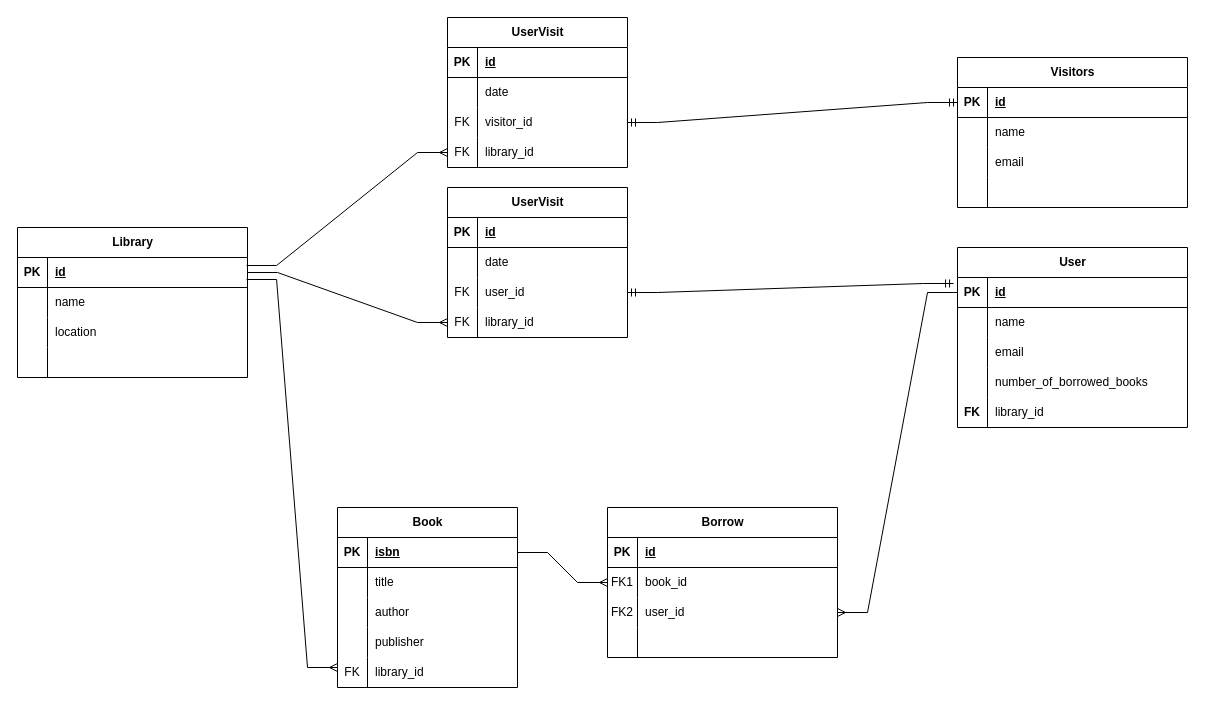
The draw.io diagram drawio Diagrams/Library.drawio in boolean-uk/java-data-modelling, before the edit. Source tidied: cells renumbered, new cells numbered last; positions are measured from the earlier drawing's top-left corner, leaving out a move shared by most shapes. Both pictures are drawn from the tidied source at 100%, with x=0, y=0 at pixel (17, 17).
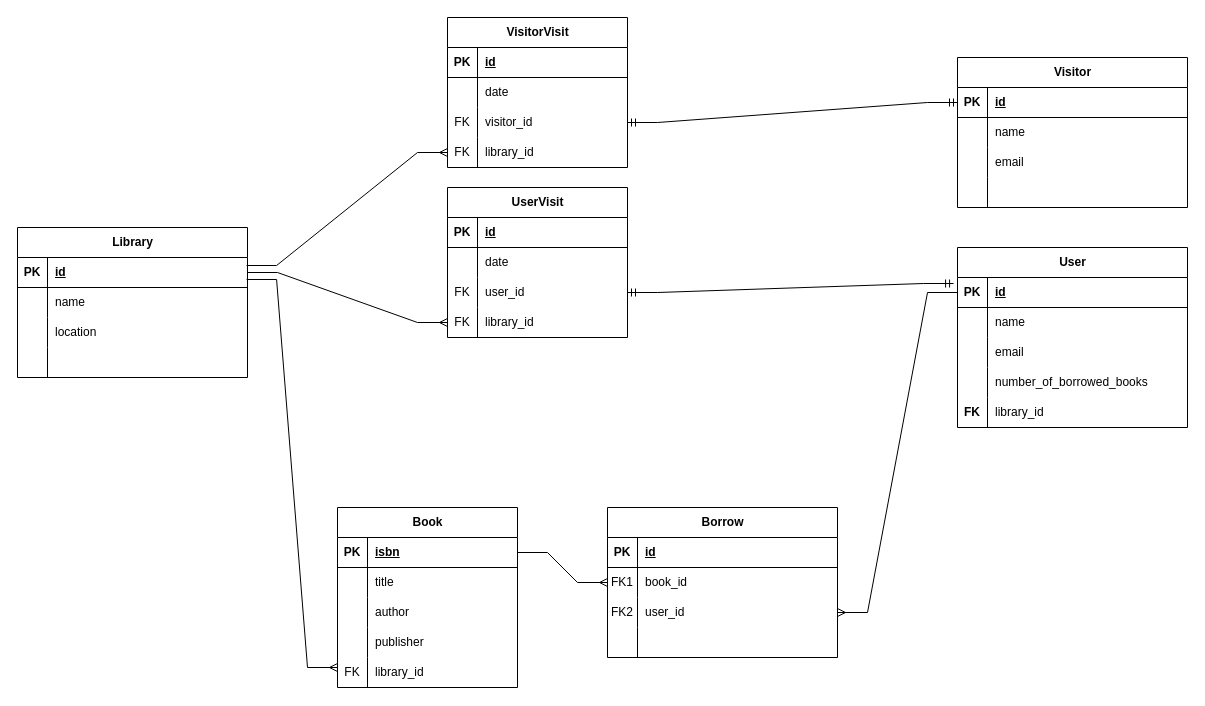
Above is the later version.

Commit message (it also covers changes not shown here):
fixed a typo on the library diagram

Diff of the diagram source:
```diff
@@
-    <mxCell id="41" value="Visitors" style="shape=table;startSize=30;childLayout=tableLayout;rowLines=0;fontStyle=1;align=center;html=1;" parent="1" vertex="1">
+    <mxCell id="41" value="Visitor" style="shape=table;startSize=30;childLayout=tableLayout;rowLines=0;fontStyle=1;align=center;html=1;" parent="1" vertex="1">
       <mxGeometry x="940" y="40" width="230" height="150" as="geometry" />
     </mxCell>
@@
-    <mxCell id="91" value="UserVisit" style="shape=table;startSize=30;childLayout=tableLayout;rowLines=0;fontStyle=1;align=center;html=1;" parent="1" vertex="1">
+    <mxCell id="91" value="VisitorVisit" style="shape=table;startSize=30;childLayout=tableLayout;rowLines=0;fontStyle=1;align=center;html=1;" parent="1" vertex="1">
       <mxGeometry x="430" width="180" height="150" as="geometry" />
     </mxCell>
```
